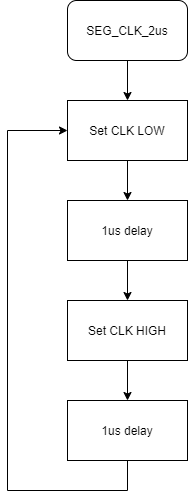
Above: Lab/05-Segments/Assigment5.drawio.png in unaxlasa/Digital-electronics-2 (draw.io), before the change. Source tidied: cells renumbered, new cells last; positions are measured from the earlier drawing's top-left corner, leaving out a move shared by most shapes.
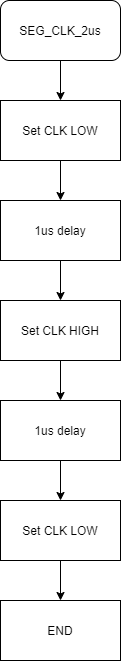
Later version of the same file.

Change to the diagram source:
```diff
@@ -26,17 +26,20 @@
     <mxCell id="9" value="Set CLK HIGH" style="rounded=0;whiteSpace=wrap;html=1;" parent="1" vertex="1">
       <mxGeometry x="60" y="300" width="120" height="60" as="geometry" />
     </mxCell>
+    <mxCell id="12" style="edgeStyle=orthogonalEdgeStyle;rounded=0;jettySize=auto;html=1;" parent="1" edge="1" source="10" target="15">
+      <mxGeometry relative="1" as="geometry" />
+    </mxCell>
     <mxCell id="10" value="1us delay" style="rounded=0;whiteSpace=wrap;html=1;" parent="1" vertex="1">
       <mxGeometry x="60" y="400" width="120" height="60" as="geometry" />
     </mxCell>
-    <mxCell id="11" style="endArrow=classic;html=1;rounded=0;exitX=0.5;exitY=1;exitDx=0;exitDy=0;entryX=0;entryY=0.5;entryDx=0;entryDy=0;" parent="1" edge="1" source="10" target="5">
-      <mxGeometry relative="1" as="geometry">
-        <Array as="points">
-          <mxPoint x="120" y="490" />
-          <mxPoint y="490" />
-          <mxPoint y="130" />
-        </Array>
-      </mxGeometry>
-    </mxCell>
+    <mxCell id="13" value="END" style="rounded=0;whiteSpace=wrap;html=1;" parent="1" vertex="1">
+      <mxGeometry x="60" y="600" width="120" height="60" as="geometry" />
+    </mxCell>
+    <mxCell id="14" style="edgeStyle=orthogonalEdgeStyle;rounded=0;jettySize=auto;html=1;" parent="1" edge="1" source="15" target="13">
+      <mxGeometry relative="1" as="geometry" />
+    </mxCell>
+    <mxCell id="15" value="Set CLK LOW" style="rounded=0;whiteSpace=wrap;html=1;" parent="1" vertex="1">
+      <mxGeometry x="60" y="500" width="120" height="60" as="geometry" />
+    </mxCell>
   </root>
 </mxGraphModel>
```
